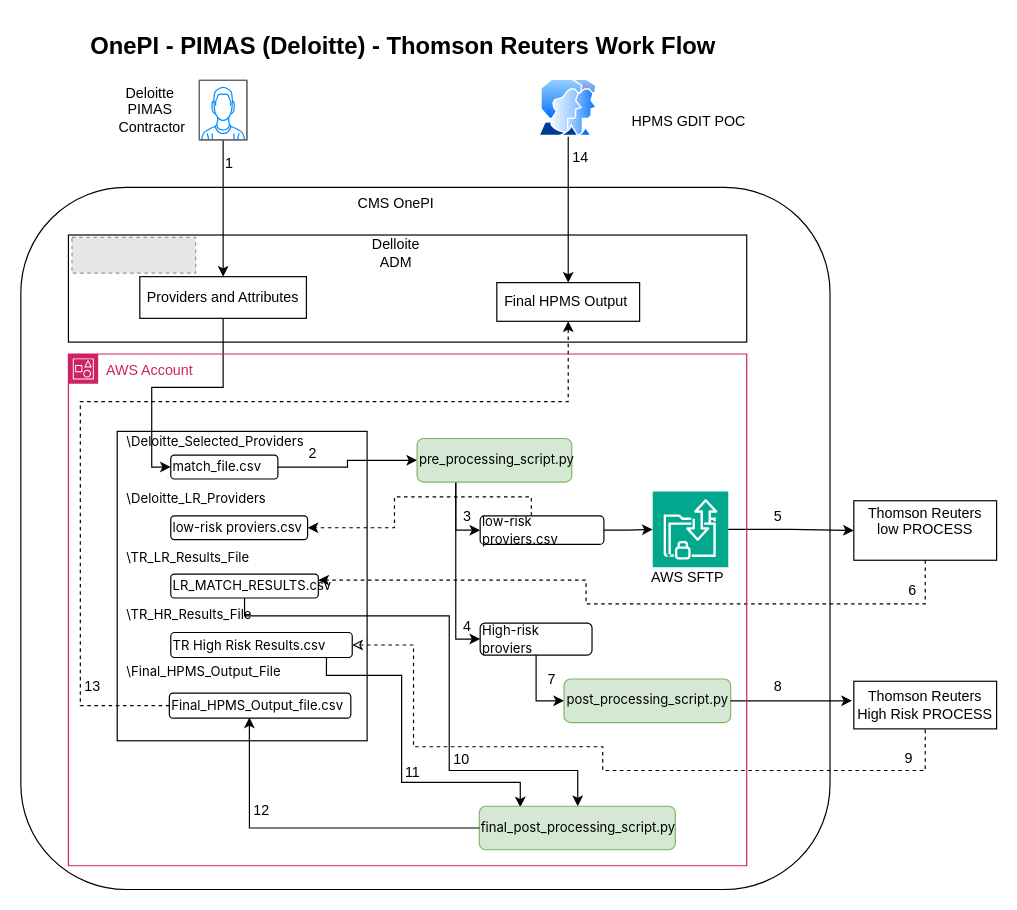
The draw.io diagram v1/PIMAS.drawio in mail2tvskc/abc, before the edit. Source tidied: cells renumbered, new cells numbered last; positions are measured from the earlier drawing's top-left corner, leaving out a move shared by most shapes. Both pictures are drawn from the tidied source at 119%, with x=0, y=0 at pixel (20, 20). Pictures stored in the file or linked from it are replaced by grey dashed boxes.
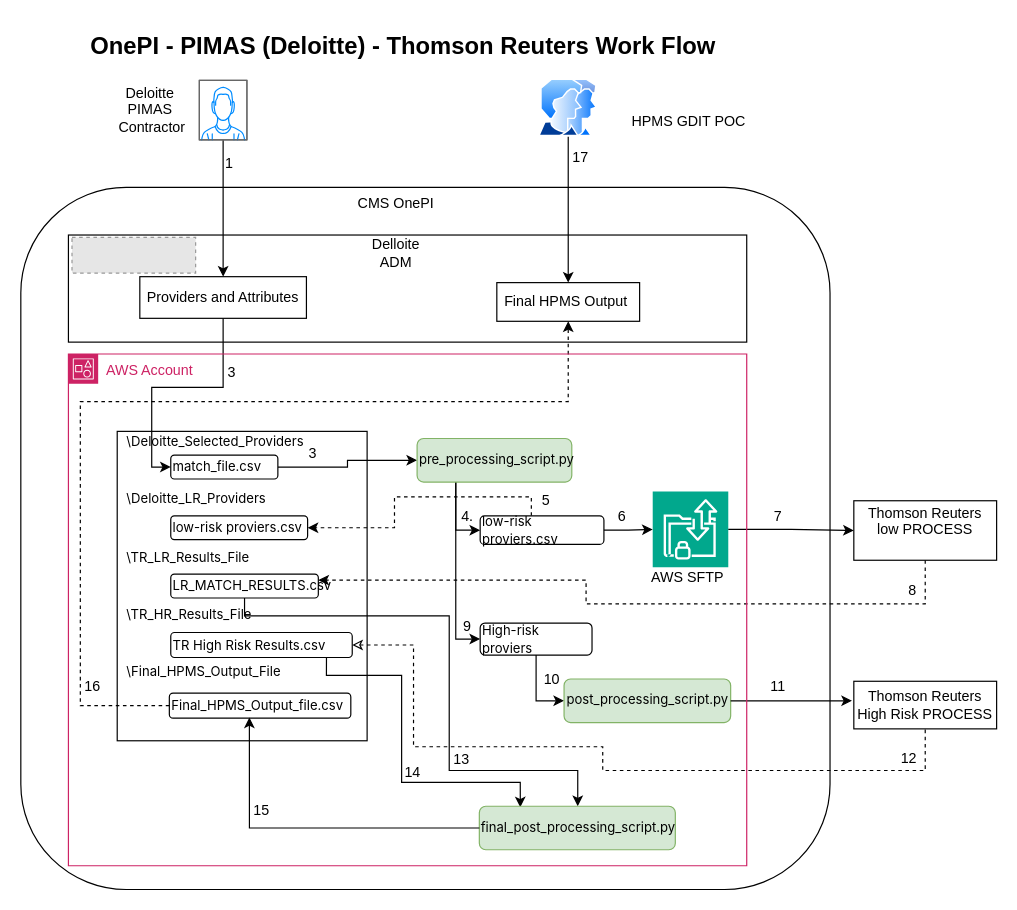
Above is the later version.

What changed in the source:
```diff
@@
-    <mxCell id="44" value="2" style="text;html=1;align=center;verticalAlign=middle;strokeColor=none;fillColor=none;" parent="1" vertex="1">
+    <mxCell id="44" value="3" style="text;html=1;align=center;verticalAlign=middle;strokeColor=none;fillColor=none;" parent="1" vertex="1">
       <mxGeometry x="230" y="349" width="30" height="30" as="geometry" />
     </mxCell>
-    <mxCell id="45" value="3" style="text;html=1;align=center;verticalAlign=middle;strokeColor=none;fillColor=none;" parent="1" vertex="1">
+    <mxCell id="45" value="4." style="text;html=1;align=center;verticalAlign=middle;strokeColor=none;fillColor=none;" parent="1" vertex="1">
       <mxGeometry x="360" y="402" width="30" height="30" as="geometry" />
     </mxCell>
-    <mxCell id="46" value="4" style="text;html=1;align=center;verticalAlign=middle;strokeColor=none;fillColor=none;" parent="1" vertex="1">
+    <mxCell id="46" value="9" style="text;html=1;align=center;verticalAlign=middle;strokeColor=none;fillColor=none;" parent="1" vertex="1">
       <mxGeometry x="360" y="494" width="30" height="30" as="geometry" />
     </mxCell>
-    <mxCell id="47" value="5" style="text;html=1;align=center;verticalAlign=middle;strokeColor=none;fillColor=none;" parent="1" vertex="1">
+    <mxCell id="47" value="7" style="text;html=1;align=center;verticalAlign=middle;strokeColor=none;fillColor=none;" parent="1" vertex="1">
       <mxGeometry x="621" y="402" width="30" height="30" as="geometry" />
     </mxCell>
-    <mxCell id="48" value="6" style="text;html=1;align=center;verticalAlign=middle;strokeColor=none;fillColor=none;" parent="1" vertex="1">
+    <mxCell id="48" value="8" style="text;html=1;align=center;verticalAlign=middle;strokeColor=none;fillColor=none;" parent="1" vertex="1">
       <mxGeometry x="734" y="464" width="30" height="30" as="geometry" />
     </mxCell>
-    <mxCell id="49" value="7" style="text;html=1;align=center;verticalAlign=middle;strokeColor=none;fillColor=none;" parent="1" vertex="1">
-      <mxGeometry x="430.5" y="539" width="30" height="30" as="geometry" />
+    <mxCell id="49" value="10" style="text;html=1;align=center;verticalAlign=middle;strokeColor=none;fillColor=none;" parent="1" vertex="1">
+      <mxGeometry x="425.5" y="539" width="40" height="30" as="geometry" />
     </mxCell>
-    <mxCell id="50" value="8" style="text;html=1;align=center;verticalAlign=middle;strokeColor=none;fillColor=none;" parent="1" vertex="1">
-      <mxGeometry x="621" y="545" width="30" height="30" as="geometry" />
+    <mxCell id="50" value="11" style="text;html=1;align=center;verticalAlign=middle;strokeColor=none;fillColor=none;" parent="1" vertex="1">
+      <mxGeometry x="616" y="545" width="40" height="30" as="geometry" />
     </mxCell>
-    <mxCell id="51" value="9" style="text;html=1;align=center;verticalAlign=middle;strokeColor=none;fillColor=none;" parent="1" vertex="1">
-      <mxGeometry x="731" y="605" width="30" height="30" as="geometry" />
+    <mxCell id="51" value="12" style="text;html=1;align=center;verticalAlign=middle;strokeColor=none;fillColor=none;" parent="1" vertex="1">
+      <mxGeometry x="726" y="605" width="40" height="30" as="geometry" />
     </mxCell>
-    <mxCell id="52" value="10" style="text;html=1;align=center;verticalAlign=middle;strokeColor=none;fillColor=none;" parent="1" vertex="1">
+    <mxCell id="52" value="13" style="text;html=1;align=center;verticalAlign=middle;strokeColor=none;fillColor=none;" parent="1" vertex="1">
       <mxGeometry x="350" y="606" width="40" height="30" as="geometry" />
     </mxCell>
-    <mxCell id="53" value="11" style="text;html=1;align=center;verticalAlign=middle;strokeColor=none;fillColor=none;" parent="1" vertex="1">
+    <mxCell id="53" value="14" style="text;html=1;align=center;verticalAlign=middle;strokeColor=none;fillColor=none;" parent="1" vertex="1">
       <mxGeometry x="309" y="617" width="40" height="30" as="geometry" />
     </mxCell>
-    <mxCell id="54" value="12" style="text;html=1;align=center;verticalAlign=middle;strokeColor=none;fillColor=none;" parent="1" vertex="1">
+    <mxCell id="54" value="15" style="text;html=1;align=center;verticalAlign=middle;strokeColor=none;fillColor=none;" parent="1" vertex="1">
       <mxGeometry x="182.2" y="649" width="40" height="30" as="geometry" />
     </mxCell>
-    <mxCell id="55" value="13" style="text;html=1;align=center;verticalAlign=middle;strokeColor=none;fillColor=none;" parent="1" vertex="1">
+    <mxCell id="55" value="16" style="text;html=1;align=center;verticalAlign=middle;strokeColor=none;fillColor=none;" parent="1" vertex="1">
       <mxGeometry x="40" y="545" width="40" height="30" as="geometry" />
     </mxCell>
-    <mxCell id="56" value="14" style="text;html=1;align=center;verticalAlign=middle;strokeColor=none;fillColor=none;" parent="1" vertex="1">
+    <mxCell id="56" value="17" style="text;html=1;align=center;verticalAlign=middle;strokeColor=none;fillColor=none;" parent="1" vertex="1">
       <mxGeometry x="450" y="100" width="40" height="30" as="geometry" />
     </mxCell>
@@
+    <mxCell id="61" value="3" style="text;html=1;align=center;verticalAlign=middle;strokeColor=none;fillColor=none;" parent="1" vertex="1">
+      <mxGeometry x="162" y="281" width="30" height="30" as="geometry" />
+    </mxCell>
+    <mxCell id="62" value="5" style="text;html=1;align=center;verticalAlign=middle;strokeColor=none;fillColor=none;" parent="1" vertex="1">
+      <mxGeometry x="425.5" y="387.6" width="30" height="30" as="geometry" />
+    </mxCell>
+    <mxCell id="63" value="6" style="text;html=1;align=center;verticalAlign=middle;strokeColor=none;fillColor=none;" parent="1" vertex="1">
+      <mxGeometry x="490" y="402" width="30" height="30" as="geometry" />
+    </mxCell>
```
